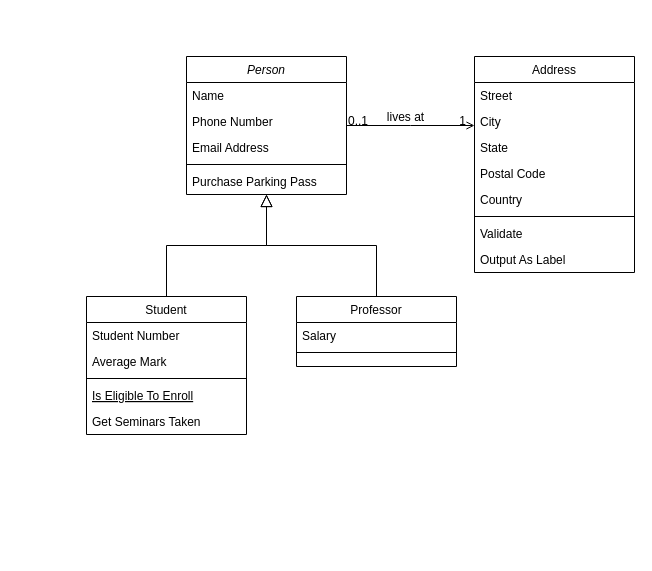
ARun-131/box_url keeps this draw.io diagram as Untitled Diagram.drawio. Above is the earlier version. Source tidied: cells renumbered, new cells numbered last; positions are measured from the earlier drawing's top-left corner, leaving out a move shared by most shapes. Both pictures are drawn from the tidied source at 100%, with x=0, y=0 at pixel (86, 56).
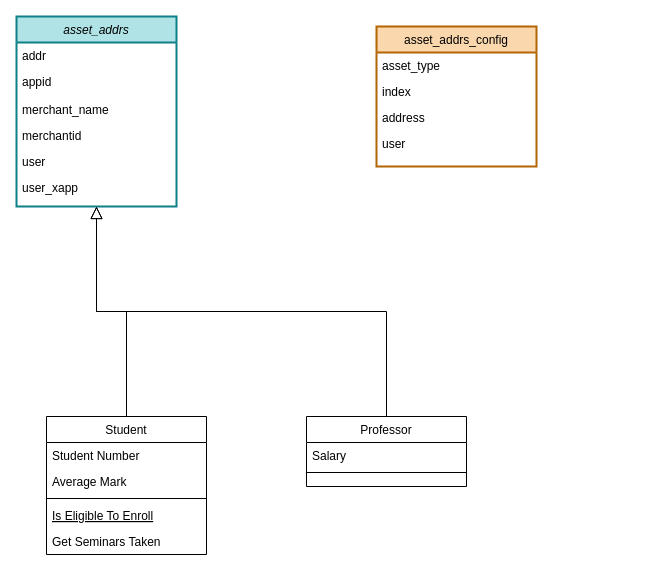
After the change.

What changed in the source:
```diff
@@
-    <mxCell id="2" value="Person" style="swimlane;fontStyle=2;align=center;verticalAlign=top;horizontal=1;startSize=26;rounded=0;shadow=0;strokeWidth=1;" parent="1" vertex="1">
-      <mxGeometry x="100" width="160" height="138" as="geometry" />
+    <mxCell id="2" value="asset_addrs" style="swimlane;fontStyle=2;align=center;verticalAlign=top;horizontal=1;startSize=26;rounded=0;shadow=0;strokeWidth=2;fillColor=#b0e3e6;strokeColor=#0e8088;" parent="1" vertex="1">
+      <mxGeometry x="-70" y="-40" width="160" height="190" as="geometry" />
     </mxCell>
-    <mxCell id="3" value="Name" style="text;align=left;verticalAlign=top;spacingLeft=4;spacingRight=4;overflow=hidden;" parent="2" vertex="1">
+    <mxCell id="3" value="addr" style="text;align=left;verticalAlign=top;spacingLeft=4;spacingRight=4;overflow=hidden;" parent="2" vertex="1">
       <mxGeometry y="26" width="160" height="26" as="geometry" />
     </mxCell>
-    <mxCell id="4" value="Phone Number" style="text;align=left;verticalAlign=top;spacingLeft=4;spacingRight=4;overflow=hidden;rounded=0;shadow=0;html=0;" parent="2" vertex="1">
-      <mxGeometry y="52" width="160" height="26" as="geometry" />
+    <mxCell id="4" value="appid" style="text;align=left;verticalAlign=top;spacingLeft=4;spacingRight=4;overflow=hidden;rounded=0;shadow=0;html=0;" parent="2" vertex="1">
+      <mxGeometry y="52" width="160" height="28" as="geometry" />
     </mxCell>
-    <mxCell id="5" value="Email Address" style="text;align=left;verticalAlign=top;spacingLeft=4;spacingRight=4;overflow=hidden;rounded=0;shadow=0;html=0;" parent="2" vertex="1">
-      <mxGeometry y="78" width="160" height="26" as="geometry" />
+    <mxCell id="5" value="merchant_name" style="text;align=left;verticalAlign=top;spacingLeft=4;spacingRight=4;overflow=hidden;rounded=0;shadow=0;html=0;" parent="2" vertex="1">
+      <mxGeometry y="80" width="160" height="26" as="geometry" />
     </mxCell>
-    <mxCell id="6" style="line;html=1;strokeWidth=1;align=left;verticalAlign=middle;spacingTop=-1;spacingLeft=3;spacingRight=3;labelPosition=right;" parent="2" vertex="1">
-      <mxGeometry y="104" width="160" height="8" as="geometry" />
-    </mxCell>
-    <mxCell id="7" value="Purchase Parking Pass" style="text;align=left;verticalAlign=top;spacingLeft=4;spacingRight=4;overflow=hidden;" parent="2" vertex="1">
-      <mxGeometry y="112" width="160" height="26" as="geometry" />
-    </mxCell>
+    <mxCell id="32" value="merchantid" style="text;align=left;verticalAlign=top;spacingLeft=4;spacingRight=4;overflow=hidden;rounded=0;shadow=0;html=0;" parent="2" vertex="1">
+      <mxGeometry y="106" width="160" height="26" as="geometry" />
+    </mxCell>
+    <mxCell id="33" value="user" style="text;align=left;verticalAlign=top;spacingLeft=4;spacingRight=4;overflow=hidden;rounded=0;shadow=0;html=0;" parent="2" vertex="1">
+      <mxGeometry y="132" width="160" height="26" as="geometry" />
+    </mxCell>
+    <mxCell id="34" value="user_xapp" style="text;align=left;verticalAlign=top;spacingLeft=4;spacingRight=4;overflow=hidden;rounded=0;shadow=0;html=0;" parent="2" vertex="1">
+      <mxGeometry y="158" width="160" height="26" as="geometry" />
+    </mxCell>
     <mxCell id="8" value="Student" style="swimlane;fontStyle=0;align=center;verticalAlign=top;horizontal=1;startSize=26;rounded=0;shadow=0;strokeWidth=1;" parent="1" vertex="1">
-      <mxGeometry y="240" width="160" height="138" as="geometry" />
+      <mxGeometry x="-40" y="360" width="160" height="138" as="geometry" />
     </mxCell>
@@
     <mxCell id="15" value="Professor" style="swimlane;fontStyle=0;align=center;verticalAlign=top;horizontal=1;startSize=26;rounded=0;shadow=0;strokeWidth=1;" parent="1" vertex="1">
-      <mxGeometry x="210" y="240" width="160" height="70" as="geometry" />
+      <mxGeometry x="220" y="360" width="160" height="70" as="geometry" />
     </mxCell>
@@
-    <mxCell id="19" value="Address" style="swimlane;fontStyle=0;align=center;verticalAlign=top;horizontal=1;startSize=26;rounded=0;shadow=0;strokeWidth=1;" parent="1" vertex="1">
-      <mxGeometry x="388" width="160" height="216" as="geometry" />
+    <mxCell id="19" value="asset_addrs_config" style="swimlane;fontStyle=0;align=center;verticalAlign=top;horizontal=1;startSize=26;rounded=0;shadow=0;strokeWidth=2;fillColor=#fad7ac;strokeColor=#b46504;" parent="1" vertex="1">
+      <mxGeometry x="290" y="-30" width="160" height="140" as="geometry" />
     </mxCell>
-    <mxCell id="20" value="Street" style="text;align=left;verticalAlign=top;spacingLeft=4;spacingRight=4;overflow=hidden;" parent="19" vertex="1">
+    <mxCell id="20" value="asset_type" style="text;align=left;verticalAlign=top;spacingLeft=4;spacingRight=4;overflow=hidden;" parent="19" vertex="1">
       <mxGeometry y="26" width="160" height="26" as="geometry" />
     </mxCell>
-    <mxCell id="21" value="City" style="text;align=left;verticalAlign=top;spacingLeft=4;spacingRight=4;overflow=hidden;rounded=0;shadow=0;html=0;" parent="19" vertex="1">
+    <mxCell id="21" value="index" style="text;align=left;verticalAlign=top;spacingLeft=4;spacingRight=4;overflow=hidden;rounded=0;shadow=0;html=0;" parent="19" vertex="1">
       <mxGeometry y="52" width="160" height="26" as="geometry" />
     </mxCell>
-    <mxCell id="22" value="State" style="text;align=left;verticalAlign=top;spacingLeft=4;spacingRight=4;overflow=hidden;rounded=0;shadow=0;html=0;" parent="19" vertex="1">
+    <mxCell id="22" value="address" style="text;align=left;verticalAlign=top;spacingLeft=4;spacingRight=4;overflow=hidden;rounded=0;shadow=0;html=0;" parent="19" vertex="1">
       <mxGeometry y="78" width="160" height="26" as="geometry" />
     </mxCell>
-    <mxCell id="23" value="Postal Code" style="text;align=left;verticalAlign=top;spacingLeft=4;spacingRight=4;overflow=hidden;rounded=0;shadow=0;html=0;" parent="19" vertex="1">
+    <mxCell id="23" value="user" style="text;align=left;verticalAlign=top;spacingLeft=4;spacingRight=4;overflow=hidden;rounded=0;shadow=0;html=0;" parent="19" vertex="1">
       <mxGeometry y="104" width="160" height="26" as="geometry" />
     </mxCell>
-    <mxCell id="24" value="Country" style="text;align=left;verticalAlign=top;spacingLeft=4;spacingRight=4;overflow=hidden;rounded=0;shadow=0;html=0;" parent="19" vertex="1">
-      <mxGeometry y="130" width="160" height="26" as="geometry" />
-    </mxCell>
-    <mxCell id="25" style="line;html=1;strokeWidth=1;align=left;verticalAlign=middle;spacingTop=-1;spacingLeft=3;spacingRight=3;labelPosition=right;" parent="19" vertex="1">
-      <mxGeometry y="156" width="160" height="8" as="geometry" />
-    </mxCell>
-    <mxCell id="26" value="Validate" style="text;align=left;verticalAlign=top;spacingLeft=4;spacingRight=4;overflow=hidden;" parent="19" vertex="1">
-      <mxGeometry y="164" width="160" height="26" as="geometry" />
-    </mxCell>
-    <mxCell id="27" value="Output As Label" style="text;align=left;verticalAlign=top;spacingLeft=4;spacingRight=4;overflow=hidden;" parent="19" vertex="1">
-      <mxGeometry y="190" width="160" height="26" as="geometry" />
-    </mxCell>
-    <mxCell id="28" style="endArrow=open;shadow=0;strokeWidth=1;rounded=0;endFill=1;edgeStyle=elbowEdgeStyle;elbow=vertical;" parent="1" edge="1" source="2" target="19">
-      <mxGeometry x="0.5" y="41" relative="1" as="geometry">
-        <mxPoint x="-40" y="32" as="offset" />
-      </mxGeometry>
-    </mxCell>
-    <mxCell id="29" value="0..1" style="align=left;verticalAlign=bottom;labelBackgroundColor=none;fontSize=12;" parent="28" vertex="1">
-      <mxGeometry x="-1" relative="1" as="geometry">
-        <mxPoint y="4" as="offset" />
-      </mxGeometry>
-    </mxCell>
-    <mxCell id="30" value="1" style="align=right;verticalAlign=bottom;labelBackgroundColor=none;fontSize=12;" parent="28" vertex="1">
-      <mxGeometry x="1" relative="1" as="geometry">
-        <mxPoint x="-7" y="4" as="offset" />
-      </mxGeometry>
-    </mxCell>
-    <mxCell id="31" value="lives at" style="text;html=1;align=center;verticalAlign=middle;labelBackgroundColor=none;rounded=0;shadow=0;strokeWidth=1;fontSize=12;" parent="28" vertex="1">
-      <mxGeometry x="0.5" y="49" relative="1" as="geometry">
-        <mxPoint x="-38" y="40" as="offset" />
-      </mxGeometry>
-    </mxCell>
```
